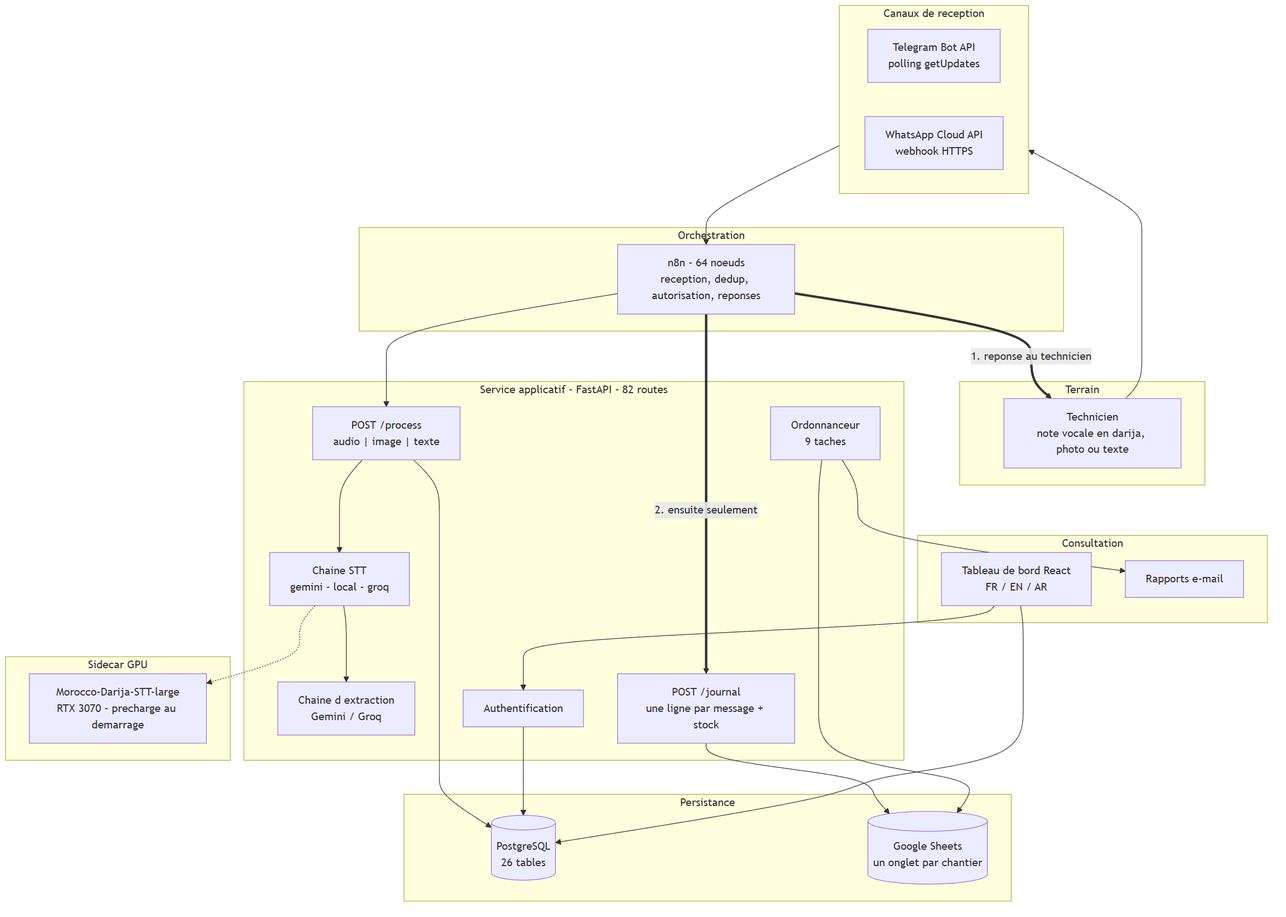
yassine808/PFE-aznet keeps this Mermaid diagram as Pres+report/diagrams/01-architecture.png. Above is the earlier version. Its source is kept beside it as Pres+report/diagrams/01-architecture.mmd.
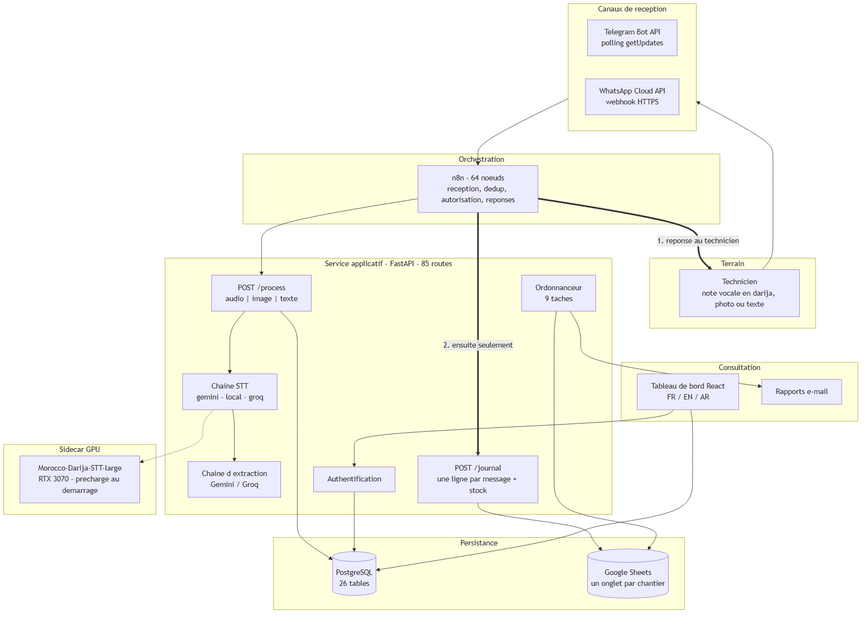
The same diagram one commit later.

The edit, as a diff of the source:
```diff
@@ -13,7 +13,7 @@
         N8N["n8n - 64 noeuds<br/>reception, dedup, autorisation, reponses"]
     end
 
-    subgraph coeur["Service applicatif - FastAPI - 82 routes"]
+    subgraph coeur["Service applicatif - FastAPI - 85 routes"]
         direction LR
         PROC["POST /process<br/>audio | image | texte"]
         STT["Chaine STT<br/>gemini - local - groq"]
```
